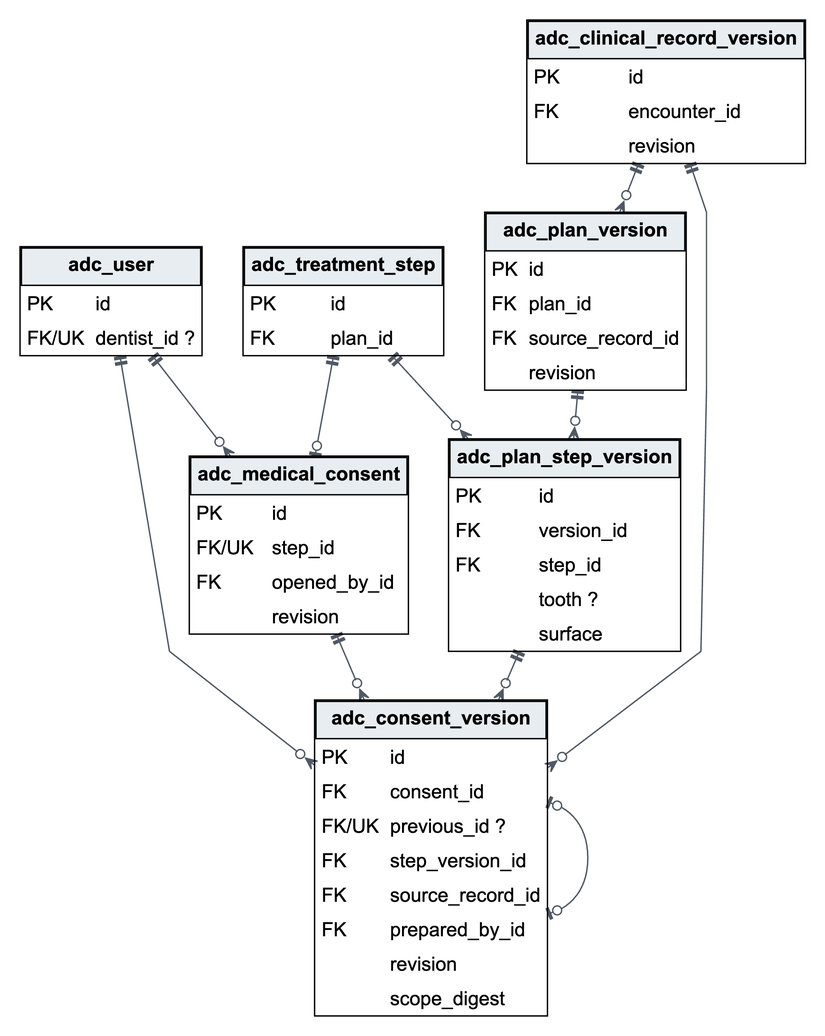
The Graphviz diagram docs/database/er_consent_versions.png in Zhang646967/adc-dental-clinic, before a commit. Its source is kept beside it as docs/database/er_consent_versions.dot.
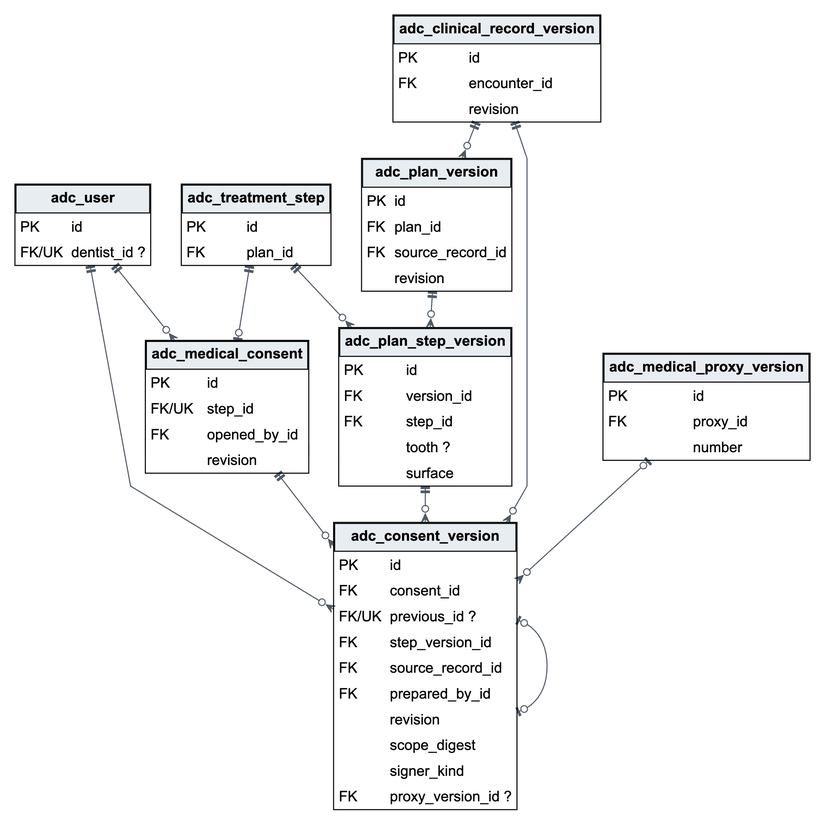
The same file after the commit.

Change to the diagram source:
```diff
@@ -8,7 +8,8 @@
 "adc_plan_step_version" [label=<<TABLE BORDER="1" CELLBORDER="0" CELLSPACING="0" CELLPADDING="4"><TR><TD COLSPAN="2" BGCOLOR="#e8edf2" BORDER="1"><B>adc_plan_step_version</B></TD></TR><TR><TD ALIGN="LEFT">PK</TD><TD ALIGN="LEFT" PORT="id">id</TD></TR><TR><TD ALIGN="LEFT">FK</TD><TD ALIGN="LEFT" PORT="version_id">version_id</TD></TR><TR><TD ALIGN="LEFT">FK</TD><TD ALIGN="LEFT" PORT="step_id">step_id</TD></TR><TR><TD ALIGN="LEFT"></TD><TD ALIGN="LEFT" PORT="tooth">tooth ?</TD></TR><TR><TD ALIGN="LEFT"></TD><TD ALIGN="LEFT" PORT="surface">surface</TD></TR></TABLE>>];
 "adc_clinical_record_version" [label=<<TABLE BORDER="1" CELLBORDER="0" CELLSPACING="0" CELLPADDING="4"><TR><TD COLSPAN="2" BGCOLOR="#e8edf2" BORDER="1"><B>adc_clinical_record_version</B></TD></TR><TR><TD ALIGN="LEFT">PK</TD><TD ALIGN="LEFT" PORT="id">id</TD></TR><TR><TD ALIGN="LEFT">FK</TD><TD ALIGN="LEFT" PORT="encounter_id">encounter_id</TD></TR><TR><TD ALIGN="LEFT"></TD><TD ALIGN="LEFT" PORT="revision">revision</TD></TR></TABLE>>];
 "adc_medical_consent" [label=<<TABLE BORDER="1" CELLBORDER="0" CELLSPACING="0" CELLPADDING="4"><TR><TD COLSPAN="2" BGCOLOR="#e8edf2" BORDER="1"><B>adc_medical_consent</B></TD></TR><TR><TD ALIGN="LEFT">PK</TD><TD ALIGN="LEFT" PORT="id">id</TD></TR><TR><TD ALIGN="LEFT">FK/UK</TD><TD ALIGN="LEFT" PORT="step_id">step_id</TD></TR><TR><TD ALIGN="LEFT">FK</TD><TD ALIGN="LEFT" PORT="opened_by_id">opened_by_id</TD></TR><TR><TD ALIGN="LEFT"></TD><TD ALIGN="LEFT" PORT="revision">revision</TD></TR></TABLE>>];
-"adc_consent_version" [label=<<TABLE BORDER="1" CELLBORDER="0" CELLSPACING="0" CELLPADDING="4"><TR><TD COLSPAN="2" BGCOLOR="#e8edf2" BORDER="1"><B>adc_consent_version</B></TD></TR><TR><TD ALIGN="LEFT">PK</TD><TD ALIGN="LEFT" PORT="id">id</TD></TR><TR><TD ALIGN="LEFT">FK</TD><TD ALIGN="LEFT" PORT="consent_id">consent_id</TD></TR><TR><TD ALIGN="LEFT">FK/UK</TD><TD ALIGN="LEFT" PORT="previous_id">previous_id ?</TD></TR><TR><TD ALIGN="LEFT">FK</TD><TD ALIGN="LEFT" PORT="step_version_id">step_version_id</TD></TR><TR><TD ALIGN="LEFT">FK</TD><TD ALIGN="LEFT" PORT="source_record_id">source_record_id</TD></TR><TR><TD ALIGN="LEFT">FK</TD><TD ALIGN="LEFT" PORT="prepared_by_id">prepared_by_id</TD></TR><TR><TD ALIGN="LEFT"></TD><TD ALIGN="LEFT" PORT="revision">revision</TD></TR><TR><TD ALIGN="LEFT"></TD><TD ALIGN="LEFT" PORT="scope_digest">scope_digest</TD></TR></TABLE>>];
+"adc_consent_version" [label=<<TABLE BORDER="1" CELLBORDER="0" CELLSPACING="0" CELLPADDING="4"><TR><TD COLSPAN="2" BGCOLOR="#e8edf2" BORDER="1"><B>adc_consent_version</B></TD></TR><TR><TD ALIGN="LEFT">PK</TD><TD ALIGN="LEFT" PORT="id">id</TD></TR><TR><TD ALIGN="LEFT">FK</TD><TD ALIGN="LEFT" PORT="consent_id">consent_id</TD></TR><TR><TD ALIGN="LEFT">FK/UK</TD><TD ALIGN="LEFT" PORT="previous_id">previous_id ?</TD></TR><TR><TD ALIGN="LEFT">FK</TD><TD ALIGN="LEFT" PORT="step_version_id">step_version_id</TD></TR><TR><TD ALIGN="LEFT">FK</TD><TD ALIGN="LEFT" PORT="source_record_id">source_record_id</TD></TR><TR><TD ALIGN="LEFT">FK</TD><TD ALIGN="LEFT" PORT="prepared_by_id">prepared_by_id</TD></TR><TR><TD ALIGN="LEFT"></TD><TD ALIGN="LEFT" PORT="revision">revision</TD></TR><TR><TD ALIGN="LEFT"></TD><TD ALIGN="LEFT" PORT="scope_digest">scope_digest</TD></TR><TR><TD ALIGN="LEFT"></TD><TD ALIGN="LEFT" PORT="signer_kind">signer_kind</TD></TR><TR><TD ALIGN="LEFT">FK</TD><TD ALIGN="LEFT" PORT="proxy_version_id">proxy_version_id ?</TD></TR></TABLE>>];
+"adc_medical_proxy_version" [label=<<TABLE BORDER="1" CELLBORDER="0" CELLSPACING="0" CELLPADDING="4"><TR><TD COLSPAN="2" BGCOLOR="#e8edf2" BORDER="1"><B>adc_medical_proxy_version</B></TD></TR><TR><TD ALIGN="LEFT">PK</TD><TD ALIGN="LEFT" PORT="id">id</TD></TR><TR><TD ALIGN="LEFT">FK</TD><TD ALIGN="LEFT" PORT="proxy_id">proxy_id</TD></TR><TR><TD ALIGN="LEFT"></TD><TD ALIGN="LEFT" PORT="number">number</TD></TR></TABLE>>];
 "adc_clinical_record_version" -> "adc_plan_version" [arrowtail="teetee", arrowhead="crowodot", tooltip="adc_plan_version.source_record_id references adc_clinical_record_version.id; 0..*:1"];
 "adc_plan_version" -> "adc_plan_step_version" [arrowtail="teetee", arrowhead="crowodot", tooltip="adc_plan_step_version.version_id references adc_plan_version.id; 0..*:1"];
 "adc_treatment_step" -> "adc_plan_step_version" [arrowtail="teetee", arrowhead="crowodot", tooltip="adc_plan_step_version.step_id references adc_treatment_step.id; 0..*:1"];
@@ -19,4 +20,5 @@
 "adc_plan_step_version" -> "adc_consent_version" [arrowtail="teetee", arrowhead="crowodot", tooltip="adc_consent_version.step_version_id references adc_plan_step_version.id; 0..*:1"];
 "adc_clinical_record_version" -> "adc_consent_version" [arrowtail="teetee", arrowhead="crowodot", tooltip="adc_consent_version.source_record_id references adc_clinical_record_version.id; 0..*:1"];
 "adc_user" -> "adc_consent_version" [arrowtail="teetee", arrowhead="crowodot", tooltip="adc_consent_version.prepared_by_id references adc_user.id; 0..*:1"];
+"adc_medical_proxy_version" -> "adc_consent_version" [arrowtail="teeodot", arrowhead="crowodot", tooltip="adc_consent_version.proxy_version_id references adc_medical_proxy_version.id; 0..*:0..1"];
 }
```
